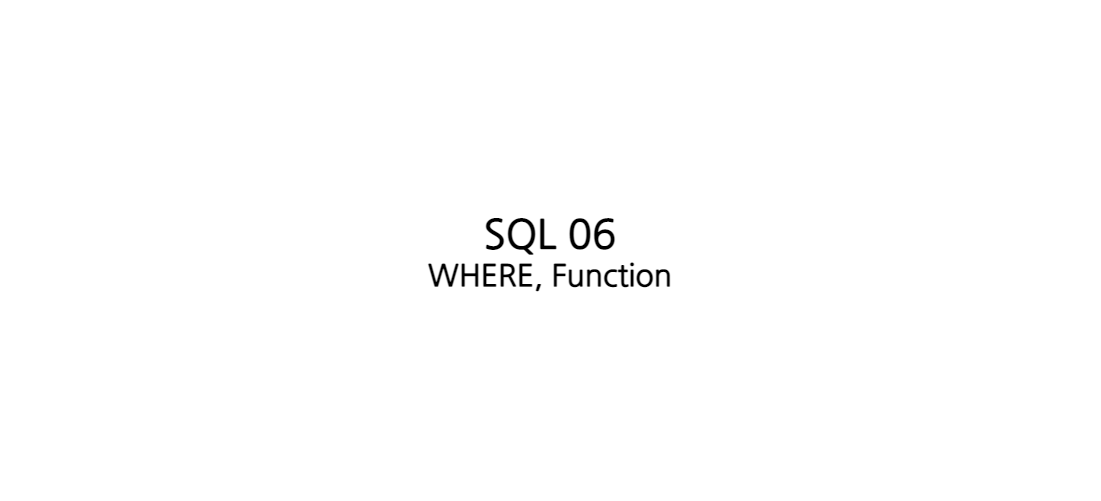
The draw.io diagram assets/img/posts/sql_06.png in djccnt15/djccnt15.github.io, before a commit. Source tidied: cells renumbered, new cells last; positions are measured from the earlier drawing's top-left corner, leaving out a move shared by most shapes. The source it was exported from:
```xml
<mxGraphModel>
  <root>
    <mxCell id="0" />
    <mxCell id="1" parent="0" />
    <mxCell id="2" value="&lt;font style=&quot;&quot;&gt;&lt;span style=&quot;font-size: 40px;&quot;&gt;SQL 06&lt;/span&gt;&lt;br&gt;&lt;span style=&quot;font-size: 30px;&quot;&gt;WHERE, Function&lt;/span&gt;&lt;br&gt;&lt;/font&gt;" style="rounded=1;whiteSpace=wrap;html=1;fillColor=none;fontFamily=Nanum Gothic;fontSource=https%3A%2F%2Ffonts.googleapis.com%2Fcss%3Ffamily%3DNanum%2BGothic;fontStyle=1;strokeColor=none;" parent="1" vertex="1">
      <mxGeometry width="1100" height="500" as="geometry" />
    </mxCell>
  </root>
</mxGraphModel>
```
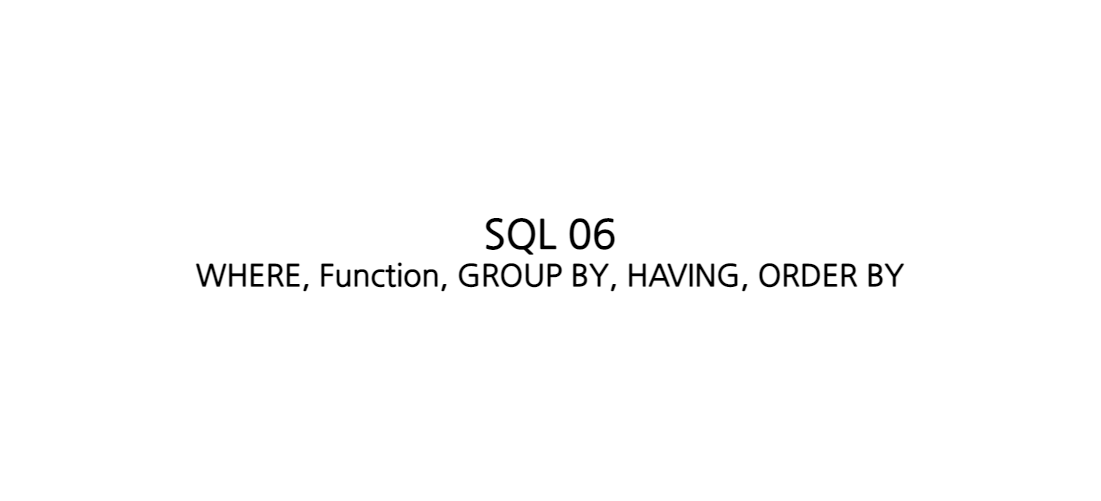
After the change.

Diff of the diagram source:
```diff
@@ -2,7 +2,7 @@
   <root>
     <mxCell id="0" />
     <mxCell id="1" parent="0" />
-    <mxCell id="2" value="&lt;font style=&quot;&quot;&gt;&lt;span style=&quot;font-size: 40px;&quot;&gt;SQL 06&lt;/span&gt;&lt;br&gt;&lt;span style=&quot;font-size: 30px;&quot;&gt;WHERE, Function&lt;/span&gt;&lt;br&gt;&lt;/font&gt;" style="rounded=1;whiteSpace=wrap;html=1;fillColor=none;fontFamily=Nanum Gothic;fontSource=https%3A%2F%2Ffonts.googleapis.com%2Fcss%3Ffamily%3DNanum%2BGothic;fontStyle=1;strokeColor=none;" parent="1" vertex="1">
+    <mxCell id="2" value="&lt;font style=&quot;&quot;&gt;&lt;span style=&quot;font-size: 40px;&quot;&gt;SQL 06&lt;/span&gt;&lt;br&gt;&lt;span style=&quot;font-size: 30px;&quot;&gt;WHERE, Function, GROUP BY, HAVING, ORDER BY&lt;/span&gt;&lt;br&gt;&lt;/font&gt;" style="rounded=1;whiteSpace=wrap;html=1;fillColor=none;fontFamily=Nanum Gothic;fontSource=https%3A%2F%2Ffonts.googleapis.com%2Fcss%3Ffamily%3DNanum%2BGothic;fontStyle=1;strokeColor=none;" parent="1" vertex="1">
       <mxGeometry width="1100" height="500" as="geometry" />
     </mxCell>
   </root>
```
